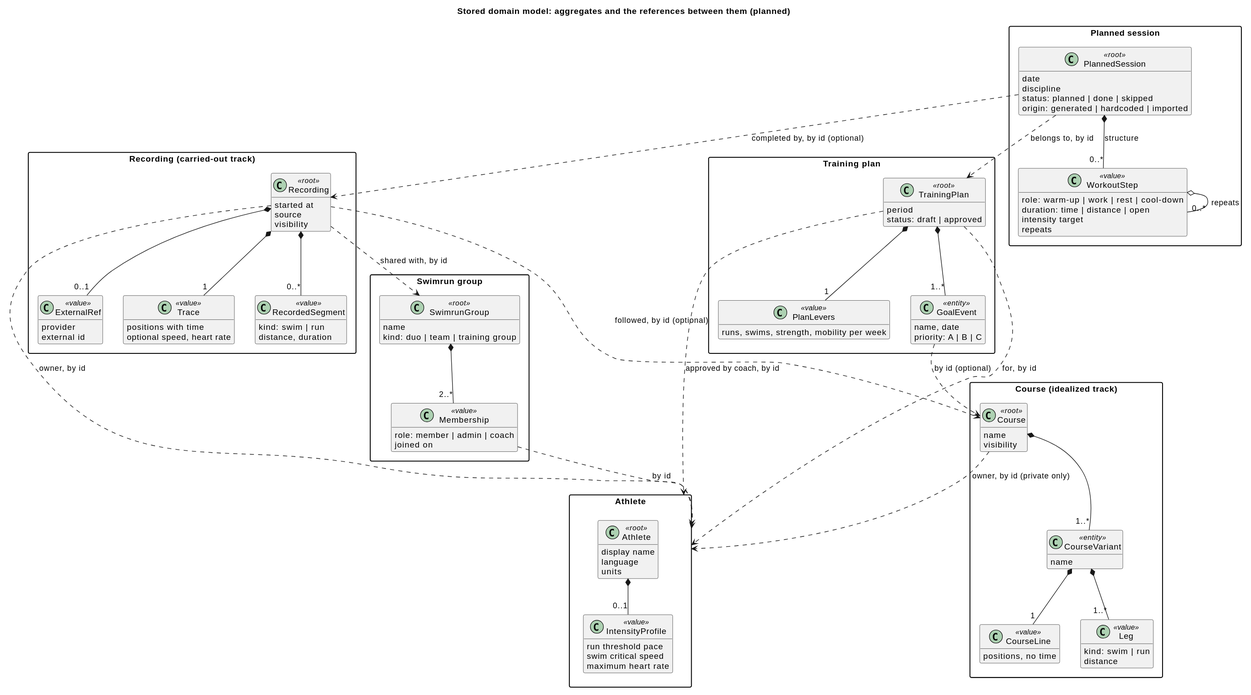
Above: docs/diagrams/domain-model-stored.svg in swimrun/tigerlegs (PlantUML), before the change.
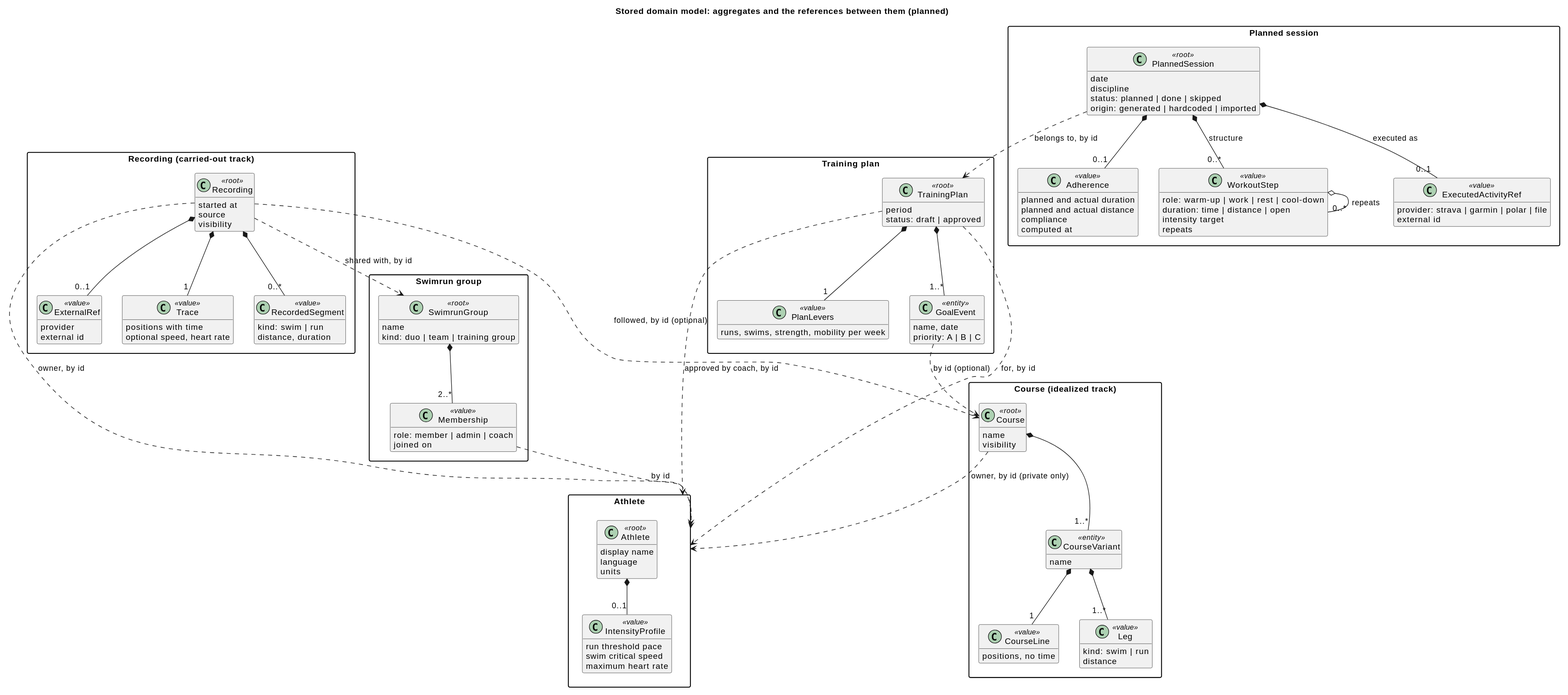
After the change.

Commit message:
Keep executed training on the platforms: planned sessions hold an activity reference and adherence (#72)

Change to the diagram source:
```diff
@@ -102,8 +102,20 @@
     intensity target
     repeats
   }
+  class ExecutedActivityRef <<value>> {
+    provider: strava | garmin | polar | file
+    external id
+  }
+  class Adherence <<value>> {
+    planned and actual duration
+    planned and actual distance
+    compliance
+    computed at
+  }
   PlannedSession *-- "0..*" WorkoutStep : structure
   WorkoutStep o-- "0..*" WorkoutStep : repeats
+  PlannedSession *-- "0..1" ExecutedActivityRef : executed as
+  PlannedSession *-- "0..1" Adherence
 }
 
 Membership ..> Athlete : by id
@@ -115,5 +127,4 @@
 TrainingPlan ..> Athlete : approved by coach, by id
 GoalEvent ..> Course : by id (optional)
 PlannedSession ..> TrainingPlan : belongs to, by id
-PlannedSession ..> Recording : completed by, by id (optional)
 @enduml
```
